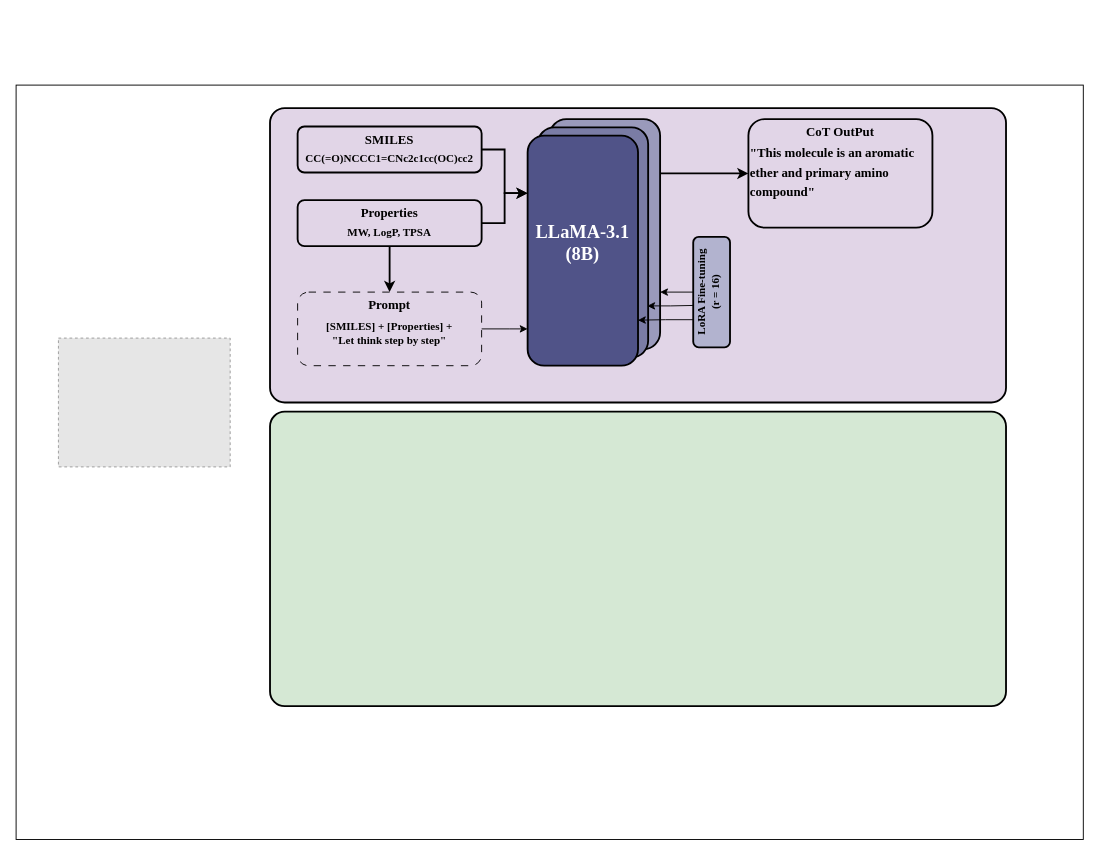
Before: 自己论文/作图/模型架构图CoT/架构图.drawio in fanshuaiyao/BYFinall, a draw.io diagram. Source tidied: cells renumbered, new cells numbered last; positions are measured from the earlier drawing's top-left corner, leaving out a move shared by most shapes. Both pictures are drawn from the tidied source at 92%, with x=0, y=0 at pixel (16, 16). Pictures stored in the file or linked from it are replaced by grey dashed boxes.
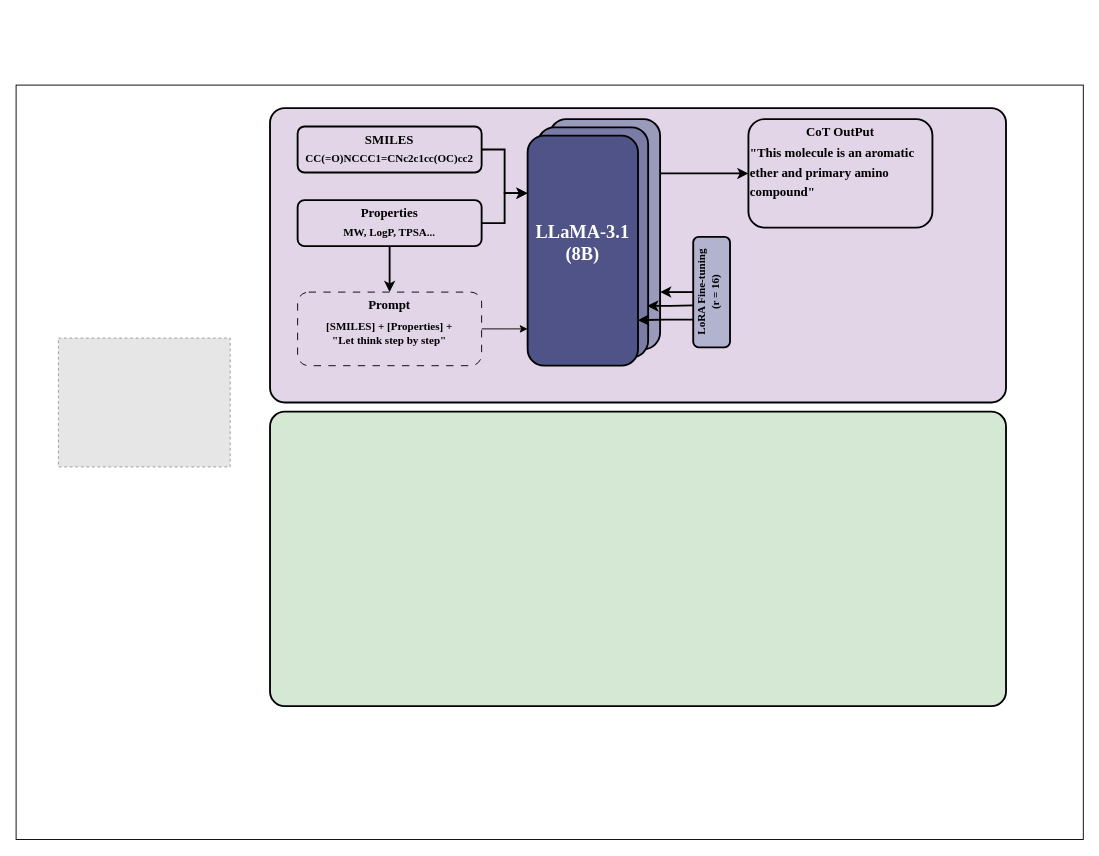
The same diagram, later.

The change refers to these unchanged cells:
```xml
<mxCell id="20" style="rounded=1;whiteSpace=wrap;html=1;fillColor=light-dark(#9a9abb, #9ea0ce);strokeWidth=2;" parent="1" vertex="1">
  <mxGeometry x="580" y="112" width="120" height="250" as="geometry" />
</mxCell>
<mxCell id="22" style="rounded=1;whiteSpace=wrap;html=1;fillColor=#505388;strokeWidth=2;" parent="1" vertex="1">
  <mxGeometry x="556" y="130" width="120" height="250" as="geometry" />
</mxCell>
<mxCell id="26" style="rounded=1;whiteSpace=wrap;html=1;fillColor=light-dark(#b2b3cf, #9ea0ce);strokeWidth=2;align=center;" parent="25" vertex="1">
  <mxGeometry width="40" height="120" as="geometry" />
</mxCell>
```

What changed in the source:
```diff
@@
-    <mxCell id="15" value="&lt;b&gt;MW, LogP, TPSA&lt;/b&gt;" style="text;html=1;whiteSpace=wrap;strokeColor=none;fillColor=none;align=center;verticalAlign=middle;rounded=0;fontFamily=Times New Roman;" parent="1" vertex="1">
+    <mxCell id="15" value="&lt;b&gt;MW, LogP, TPSA...&lt;/b&gt;" style="text;html=1;whiteSpace=wrap;strokeColor=none;fillColor=none;align=center;verticalAlign=middle;rounded=0;fontFamily=Times New Roman;" parent="1" vertex="1">
       <mxGeometry x="316" y="220" width="180" height="30" as="geometry" />
     </mxCell>
@@
-    <mxCell id="28" style="edgeStyle=orthogonalEdgeStyle;rounded=0;jettySize=auto;html=1;exitX=0;exitY=0.75;exitDx=0;exitDy=0;entryX=0.999;entryY=0.802;entryDx=0;entryDy=0;entryPerimeter=0;" parent="1" edge="1" source="26" target="22">
+    <mxCell id="28" style="edgeStyle=orthogonalEdgeStyle;rounded=0;jettySize=auto;html=1;exitX=0;exitY=0.75;exitDx=0;exitDy=0;entryX=0.999;entryY=0.802;entryDx=0;entryDy=0;entryPerimeter=0;strokeWidth=2;" parent="1" edge="1" source="26" target="22">
       <mxGeometry relative="1" as="geometry" />
     </mxCell>
-    <mxCell id="29" style="edgeStyle=orthogonalEdgeStyle;rounded=0;orthogonalLoop=1;jettySize=auto;html=1;exitX=0;exitY=0.75;exitDx=0;exitDy=0;" parent="1" edge="1">
+    <mxCell id="29" style="edgeStyle=orthogonalEdgeStyle;rounded=0;orthogonalLoop=1;jettySize=auto;html=1;exitX=0;exitY=0.75;exitDx=0;exitDy=0;strokeWidth=2;" parent="1" edge="1">
       <mxGeometry relative="1" as="geometry">
         <mxPoint x="736" y="314.5" as="sourcePoint" />
         <mxPoint x="686" y="315" as="targetPoint" />
       </mxGeometry>
     </mxCell>
-    <mxCell id="30" style="edgeStyle=orthogonalEdgeStyle;rounded=0;jettySize=auto;html=1;exitX=0;exitY=0.75;exitDx=0;exitDy=0;entryX=1;entryY=0.75;entryDx=0;entryDy=0;" parent="1" edge="1" target="20">
+    <mxCell id="30" style="edgeStyle=orthogonalEdgeStyle;rounded=0;jettySize=auto;html=1;exitX=0;exitY=0.75;exitDx=0;exitDy=0;entryX=1;entryY=0.75;entryDx=0;entryDy=0;strokeWidth=2;" parent="1" edge="1" target="20">
       <mxGeometry relative="1" as="geometry">
         <mxPoint x="736" y="300" as="sourcePoint" />
       </mxGeometry>
     </mxCell>
```
